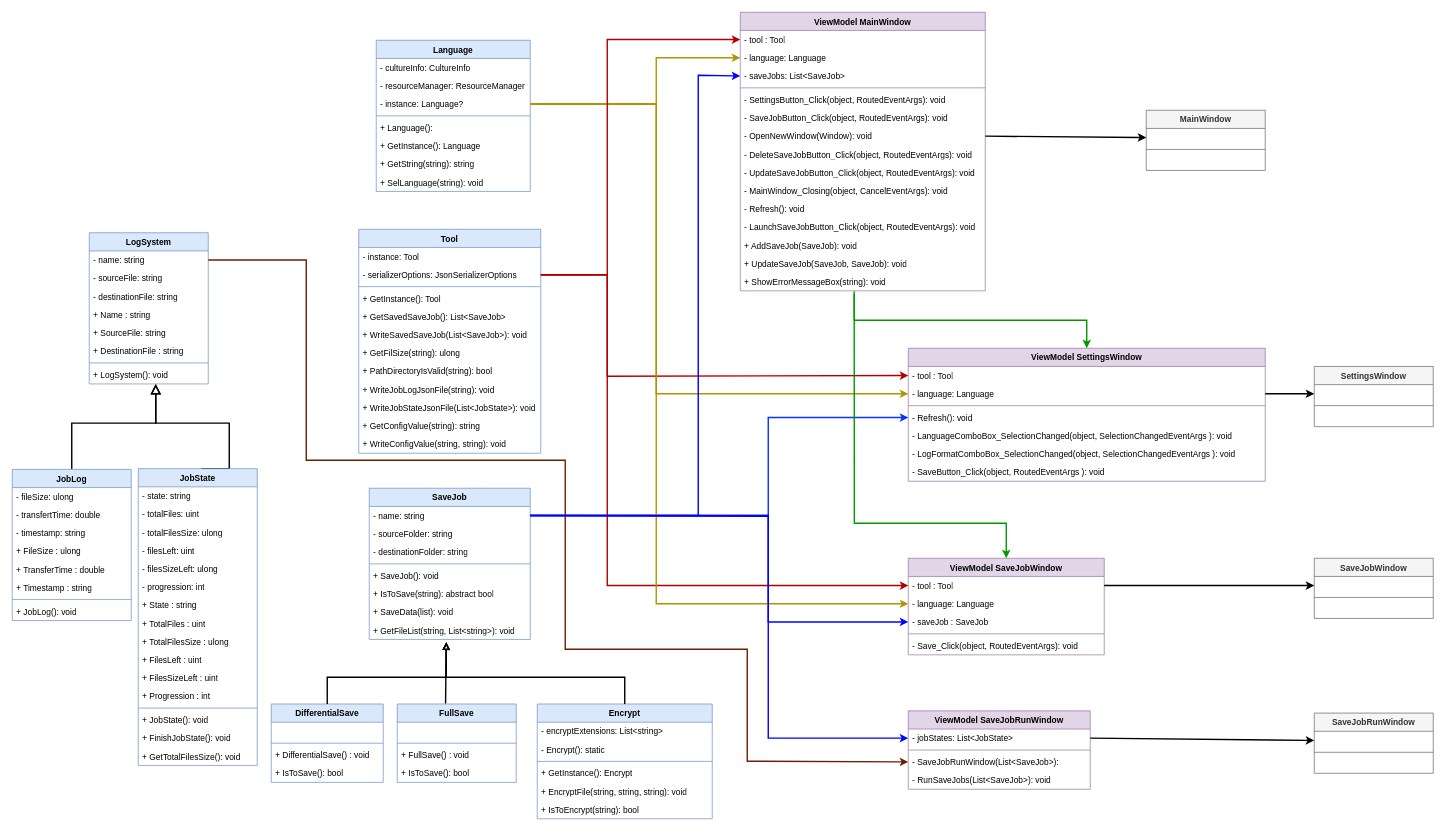
arrighi-fabien/Projet-Programmation-Systeme keeps this draw.io diagram as docs/livrable_2/v2.0/UML_Class-v2.0.drawio. Above is the earlier version. Source tidied: cells renumbered, new cells numbered last; positions are measured from the earlier drawing's top-left corner, leaving out a move shared by most shapes. Both pictures are drawn from the tidied source at 70%, with x=0, y=0 at pixel (12, 12).
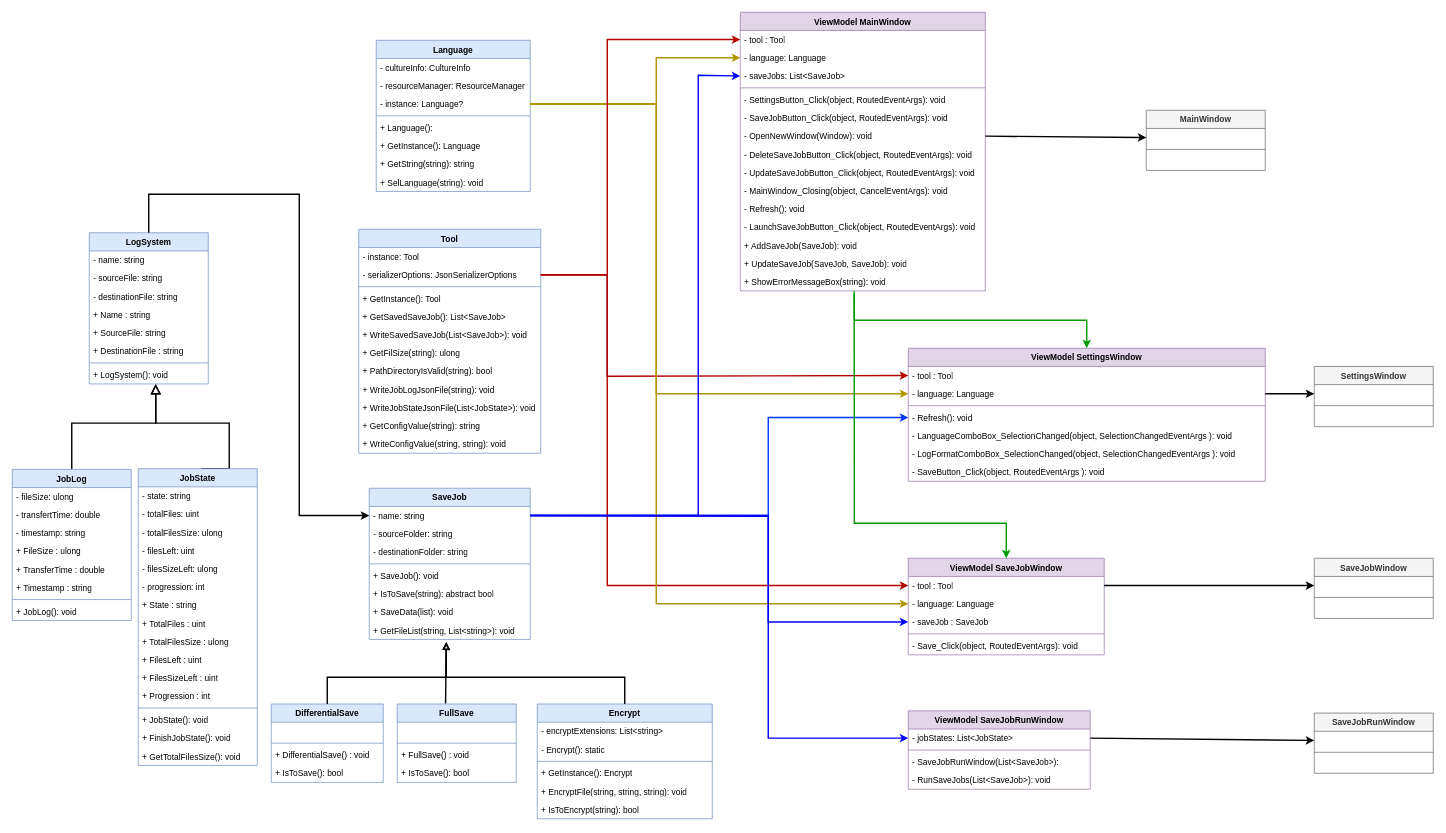
The same page after the edit.

The change refers to these unchanged cells:
```xml
<mxCell id="37" value="- name: string" style="text;strokeColor=none;fillColor=none;align=left;verticalAlign=top;spacingLeft=4;spacingRight=4;overflow=hidden;points=[[0,0.5],[1,0.5]];portConstraint=eastwest;whiteSpace=wrap;html=1;" parent="36" vertex="1">
  <mxGeometry y="26" width="230" height="26" as="geometry" />
</mxCell>
<mxCell id="83" value="LogSystem" style="swimlane;fontStyle=1;align=center;verticalAlign=top;horizontal=1;startSize=26;whiteSpace=wrap;html=1;fillColor=#dae8fc;strokeColor=#6c8ebf;" parent="1" vertex="1">
  <mxGeometry x="110" y="315" width="170" height="216" as="geometry" />
</mxCell>
<mxCell id="84" value="- name: string" style="text;strokeColor=none;fillColor=none;align=left;verticalAlign=top;spacingLeft=4;spacingRight=4;overflow=hidden;points=[[0,0.5],[1,0.5]];portConstraint=eastwest;whiteSpace=wrap;html=1;" parent="83" vertex="1">
  <mxGeometry y="26" width="170" height="26" as="geometry" />
</mxCell>
<mxCell id="109" value="- SaveJobRunWindow(List&amp;lt;SaveJob&amp;gt;):&amp;nbsp;" style="text;strokeColor=none;fillColor=none;align=left;verticalAlign=top;spacingLeft=4;spacingRight=4;overflow=hidden;points=[[0,0.5],[1,0.5]];portConstraint=eastwest;whiteSpace=wrap;html=1;" parent="106" vertex="1">
  <mxGeometry y="60" width="260" height="26" as="geometry" />
</mxCell>
```

What changed in the source:
```diff
@@
-    <mxCell id="156" style="endArrow=classic;html=1;rounded=0;exitX=1;exitY=0.5;exitDx=0;exitDy=0;entryX=0;entryY=0.5;entryDx=0;entryDy=0;fillColor=#a0522d;strokeColor=#6D1F00;strokeWidth=2;" parent="1" edge="1" source="84" target="109">
-      <mxGeometry relative="1" as="geometry">
-        <Array as="points">
-          <mxPoint x="420" y="354" />
-          <mxPoint x="420" y="640" />
-          <mxPoint x="790" y="640" />
-          <mxPoint x="790" y="910" />
-          <mxPoint x="1050" y="910" />
-          <mxPoint x="1050" y="1070" />
-        </Array>
-      </mxGeometry>
-    </mxCell>
@@
+    <mxCell id="158" style="endArrow=classic;html=1;rounded=0;exitX=0.5;exitY=0;exitDx=0;exitDy=0;entryX=0;entryY=0.5;entryDx=0;entryDy=0;strokeWidth=2;" parent="1" edge="1" source="83" target="37">
+      <mxGeometry relative="1" as="geometry">
+        <Array as="points">
+          <mxPoint x="195" y="260" />
+          <mxPoint x="410" y="260" />
+          <mxPoint x="410" y="719" />
+        </Array>
+      </mxGeometry>
+    </mxCell>
```
